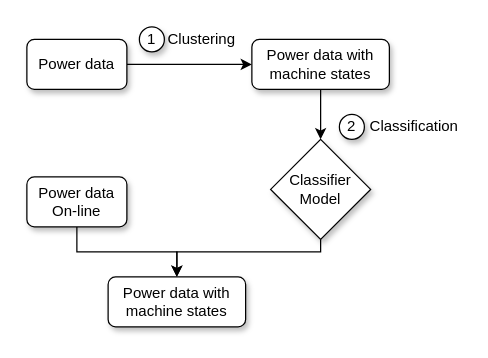
This is process.drawio from nimeng95/monika, a draw.io file, before an edit. Source tidied: cells renumbered, new cells numbered last; positions are measured from the earlier drawing's top-left corner, leaving out a move shared by most shapes. Both pictures are drawn from the tidied source at 125%, with x=0, y=0 at pixel (26, 26).
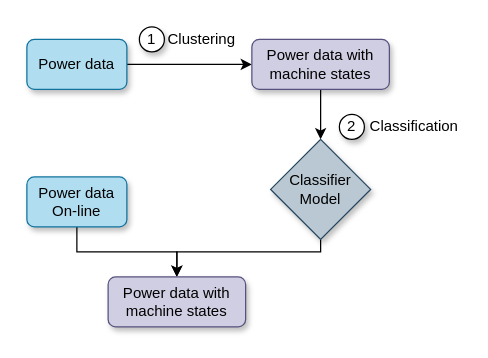
After the change.

What changed in the source:
```diff
@@
 <mxGraphModel>
   <root>
     <mxCell id="0" />
     <mxCell id="1" parent="0" />
     <mxCell id="2" style="edgeStyle=orthogonalEdgeStyle;rounded=0;jettySize=auto;html=1;" parent="1" edge="1" source="3" target="5">
       <mxGeometry relative="1" as="geometry" />
     </mxCell>
-    <mxCell id="3" value="Power data" style="rounded=1;whiteSpace=wrap;html=1;shadow=1;" parent="1" vertex="1">
+    <mxCell id="3" value="Power data" style="rounded=1;whiteSpace=wrap;html=1;shadow=1;fillColor=#b1ddf0;strokeColor=#10739e;" parent="1" vertex="1">
       <mxGeometry y="10" width="80" height="40" as="geometry" />
     </mxCell>
     <mxCell id="4" style="edgeStyle=orthogonalEdgeStyle;rounded=0;jettySize=auto;html=1;entryX=0.5;entryY=0;entryDx=0;entryDy=0;" parent="1" edge="1" source="5" target="7">
       <mxGeometry relative="1" as="geometry" />
     </mxCell>
-    <mxCell id="5" value="Power data with machine states" style="rounded=1;whiteSpace=wrap;html=1;shadow=1;" parent="1" vertex="1">
+    <mxCell id="5" value="Power data with machine states" style="rounded=1;whiteSpace=wrap;html=1;shadow=1;fillColor=#d0cee2;strokeColor=#56517e;" parent="1" vertex="1">
       <mxGeometry x="180" y="10" width="110" height="40" as="geometry" />
     </mxCell>
     <mxCell id="6" style="edgeStyle=orthogonalEdgeStyle;rounded=0;jettySize=auto;html=1;exitX=0.5;exitY=1;exitDx=0;exitDy=0;entryX=0.5;entryY=0;entryDx=0;entryDy=0;" parent="1" edge="1" source="7" target="10">
       <mxGeometry relative="1" as="geometry">
         <Array as="points">
           <mxPoint x="235" y="180" />
           <mxPoint x="120" y="180" />
         </Array>
       </mxGeometry>
     </mxCell>
-    <mxCell id="7" value="Classifier Model" style="rhombus;whiteSpace=wrap;html=1;shadow=1;" parent="1" vertex="1">
+    <mxCell id="7" value="Classifier Model" style="rhombus;whiteSpace=wrap;html=1;shadow=1;fillColor=#bac8d3;strokeColor=#23445d;" parent="1" vertex="1">
       <mxGeometry x="195" y="90" width="80" height="80" as="geometry" />
     </mxCell>
     <mxCell id="8" style="edgeStyle=orthogonalEdgeStyle;rounded=0;jettySize=auto;html=1;exitX=0.5;exitY=1;exitDx=0;exitDy=0;entryX=0.5;entryY=0;entryDx=0;entryDy=0;" parent="1" edge="1" source="9" target="10">
       <mxGeometry relative="1" as="geometry" />
     </mxCell>
-    <mxCell id="9" value="Power data&lt;br&gt;On-line" style="rounded=1;whiteSpace=wrap;html=1;shadow=1;" parent="1" vertex="1">
+    <mxCell id="9" value="Power data&lt;br&gt;On-line" style="rounded=1;whiteSpace=wrap;html=1;shadow=1;fillColor=#b1ddf0;strokeColor=#10739e;" parent="1" vertex="1">
       <mxGeometry y="120" width="80" height="40" as="geometry" />
     </mxCell>
-    <mxCell id="10" value="Power data with machine states" style="rounded=1;whiteSpace=wrap;html=1;shadow=1;" parent="1" vertex="1">
+    <mxCell id="10" value="Power data with machine states" style="rounded=1;whiteSpace=wrap;html=1;shadow=1;fillColor=#d0cee2;strokeColor=#56517e;" parent="1" vertex="1">
       <mxGeometry x="65" y="200" width="110" height="40" as="geometry" />
     </mxCell>
     <mxCell id="11" value="Clustering" style="text;html=1;strokeColor=none;fillColor=none;align=center;verticalAlign=middle;whiteSpace=wrap;rounded=0;shadow=1;" parent="1" vertex="1">
       <mxGeometry x="110" width="60" height="20" as="geometry" />
     </mxCell>
     <mxCell id="12" value="Classification" style="text;html=1;strokeColor=none;fillColor=none;align=center;verticalAlign=middle;whiteSpace=wrap;rounded=0;shadow=1;" parent="1" vertex="1">
       <mxGeometry x="275" y="70" width="70" height="20" as="geometry" />
     </mxCell>
     <mxCell id="13" value="1" style="ellipse;whiteSpace=wrap;html=1;shadow=1;" parent="1" vertex="1">
       <mxGeometry x="90" width="20" height="20" as="geometry" />
     </mxCell>
     <mxCell id="14" value="2" style="ellipse;whiteSpace=wrap;html=1;shadow=1;" parent="1" vertex="1">
       <mxGeometry x="250" y="70" width="20" height="20" as="geometry" />
     </mxCell>
   </root>
 </mxGraphModel>
```
